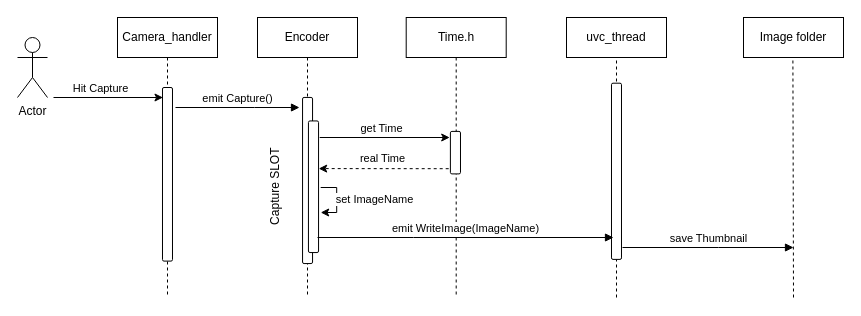
Above: Capture_Image.drawio in GNV8HC/Exercise (draw.io), before the change. Source tidied: cells renumbered, new cells numbered last; positions are measured from the earlier drawing's top-left corner, leaving out a move shared by most shapes. Both pictures are drawn from the tidied source at 100%, with x=0, y=0 at pixel (17, 17).
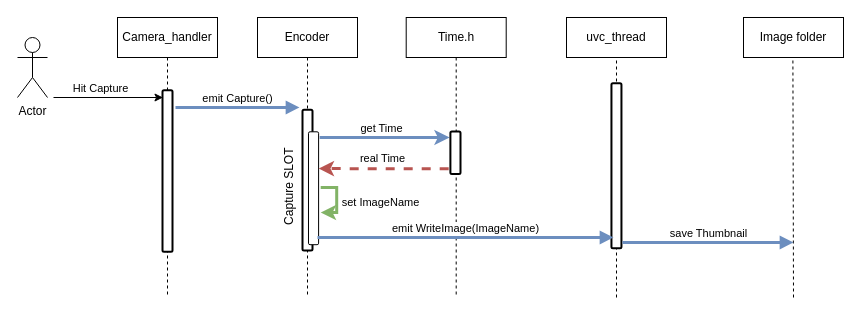
The same page after the edit.

The edit, as a diff of the source:
```diff
@@
-    <mxCell id="4" value="emit Capture()" style="html=1;verticalAlign=bottom;endArrow=block;edgeStyle=elbowEdgeStyle;elbow=vertical;curved=0;rounded=0;" parent="1" edge="1">
+    <mxCell id="4" value="emit Capture()" style="html=1;verticalAlign=bottom;endArrow=block;edgeStyle=elbowEdgeStyle;elbow=vertical;curved=0;rounded=0;strokeWidth=3;fillColor=#dae8fc;strokeColor=#6c8ebf;" parent="1" edge="1">
       <mxGeometry relative="1" as="geometry">
         <mxPoint x="158" y="90" as="sourcePoint" />
         <mxPoint x="282" y="90" as="targetPoint" />
         <Array as="points">
           <mxPoint x="237" y="90" />
         </Array>
       </mxGeometry>
     </mxCell>
@@
-    <mxCell id="6" style="rounded=1;whiteSpace=wrap;html=1;rotation=90;" parent="1" vertex="1">
-      <mxGeometry x="207" y="158" width="166.1" height="10" as="geometry" />
+    <mxCell id="6" style="rounded=1;whiteSpace=wrap;html=1;rotation=90;strokeWidth=2;" parent="1" vertex="1">
+      <mxGeometry x="219.6" y="157.7" width="140.8" height="10" as="geometry" />
     </mxCell>
@@
-    <mxCell id="8" style="rounded=1;whiteSpace=wrap;html=1;rotation=90;" parent="1" vertex="1">
-      <mxGeometry x="63.2" y="151.8" width="173.6" height="10" as="geometry" />
+    <mxCell id="8" style="rounded=1;whiteSpace=wrap;html=1;rotation=90;strokeWidth=2;" parent="1" vertex="1">
+      <mxGeometry x="69.3" y="148.5" width="161.4" height="10" as="geometry" />
     </mxCell>
@@
-    <mxCell id="13" style="endArrow=classic;html=1;rounded=0;" parent="1" edge="1">
+    <mxCell id="13" style="endArrow=classic;html=1;rounded=0;strokeWidth=3;fillColor=#dae8fc;strokeColor=#6c8ebf;" parent="1" edge="1">
       <mxGeometry relative="1" as="geometry">
         <mxPoint x="302.2" y="120" as="sourcePoint" />
         <mxPoint x="432.2" y="120" as="targetPoint" />
       </mxGeometry>
     </mxCell>
@@
     <mxCell id="16" style="rounded=1;whiteSpace=wrap;html=1;rotation=90;" parent="1" vertex="1">
-      <mxGeometry x="230.2" y="164.2" width="131.6" height="10.1" as="geometry" />
+      <mxGeometry x="239.6" y="165.7" width="112.9" height="10.1" as="geometry" />
     </mxCell>
-    <mxCell id="17" style="rounded=1;whiteSpace=wrap;html=1;rotation=90;" parent="1" vertex="1">
+    <mxCell id="17" style="rounded=1;whiteSpace=wrap;html=1;rotation=90;strokeWidth=2;" parent="1" vertex="1">
       <mxGeometry x="416.7" y="130.1" width="42.5" height="10.1" as="geometry" />
     </mxCell>
-    <mxCell id="18" style="endArrow=classic;html=1;rounded=0;dashed=1;" parent="1" edge="1">
+    <mxCell id="18" style="endArrow=classic;html=1;rounded=0;dashed=1;fillColor=#f8cecc;strokeColor=#b85450;strokeWidth=3;" parent="1" edge="1">
       <mxGeometry relative="1" as="geometry">
         <mxPoint x="431.2" y="151.2" as="sourcePoint" />
         <mxPoint x="301.2" y="151.1" as="targetPoint" />
       </mxGeometry>
     </mxCell>
@@
-    <mxCell id="20" style="endArrow=classic;html=1;rounded=0;" parent="1" edge="1">
+    <mxCell id="20" style="endArrow=classic;html=1;rounded=0;strokeWidth=3;fillColor=#d5e8d4;strokeColor=#82b366;" parent="1" edge="1">
       <mxGeometry relative="1" as="geometry">
         <mxPoint x="303.2" y="170" as="sourcePoint" />
         <mxPoint x="303.2" y="195" as="targetPoint" />
         <Array as="points">
           <mxPoint x="319.2" y="170" />
           <mxPoint x="319.2" y="195" />
         </Array>
       </mxGeometry>
     </mxCell>
     <mxCell id="21" value="set ImageName" style="edgeLabel;html=1;align=center;verticalAlign=middle;" parent="20" vertex="1">
       <mxGeometry x="-0.06" y="-1" relative="1" as="geometry">
-        <mxPoint x="38" as="offset" />
+        <mxPoint x="44" y="3" as="offset" />
       </mxGeometry>
     </mxCell>
@@
-    <mxCell id="23" style="rounded=1;whiteSpace=wrap;html=1;rotation=90;" parent="1" vertex="1">
-      <mxGeometry x="510.9" y="148.8" width="176.2" height="10" as="geometry" />
+    <mxCell id="23" style="rounded=1;whiteSpace=wrap;html=1;rotation=90;strokeWidth=2;" parent="1" vertex="1">
+      <mxGeometry x="516.4" y="143.3" width="165.1" height="10" as="geometry" />
     </mxCell>
-    <mxCell id="24" value="emit WriteImage(ImageName)" style="html=1;verticalAlign=bottom;endArrow=block;edgeStyle=elbowEdgeStyle;elbow=vertical;curved=0;rounded=0;" parent="1" edge="1">
+    <mxCell id="24" value="emit WriteImage(ImageName)" style="html=1;verticalAlign=bottom;endArrow=block;edgeStyle=elbowEdgeStyle;elbow=vertical;curved=0;rounded=0;strokeWidth=3;fillColor=#dae8fc;strokeColor=#6c8ebf;" parent="1" edge="1">
       <mxGeometry relative="1" as="geometry">
         <mxPoint x="300" y="220" as="sourcePoint" />
         <mxPoint x="596" y="220" as="targetPoint" />
         <Array as="points">
           <mxPoint x="396" y="220" />
         </Array>
       </mxGeometry>
     </mxCell>
-    <mxCell id="25" value="save Thumbnail" style="html=1;verticalAlign=bottom;endArrow=block;edgeStyle=elbowEdgeStyle;elbow=vertical;curved=0;rounded=0;" parent="1" edge="1">
+    <mxCell id="25" value="save Thumbnail" style="html=1;verticalAlign=bottom;endArrow=block;edgeStyle=elbowEdgeStyle;elbow=vertical;curved=0;rounded=0;strokeWidth=3;fillColor=#dae8fc;strokeColor=#6c8ebf;" parent="1" edge="1">
       <mxGeometry relative="1" as="geometry">
-        <mxPoint x="605" y="230" as="sourcePoint" />
-        <mxPoint x="776" y="230" as="targetPoint" />
+        <mxPoint x="605" y="225" as="sourcePoint" />
+        <mxPoint x="776" y="225" as="targetPoint" />
         <Array as="points">
-          <mxPoint x="701" y="230" />
+          <mxPoint x="701" y="225" />
         </Array>
       </mxGeometry>
     </mxCell>
     <mxCell id="26" value="Capture SLOT" style="text;html=1;strokeColor=none;fillColor=none;align=center;verticalAlign=middle;whiteSpace=wrap;rounded=0;rotation=-90;" parent="1" vertex="1">
-      <mxGeometry x="216" y="154.2" width="84" height="30" as="geometry" />
+      <mxGeometry x="230" y="154.2" width="84" height="30" as="geometry" />
     </mxCell>
```
